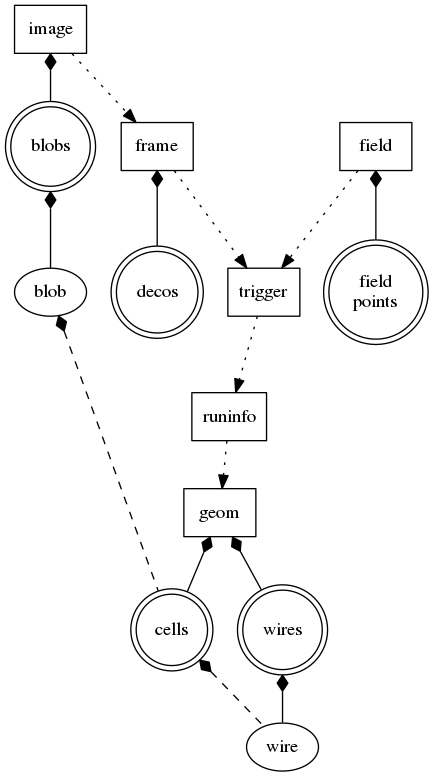
Above: doc/deps.png in WireCell/wire-cell-xdata-root (Graphviz), before the change. Its source is kept beside it as doc/deps.dot.
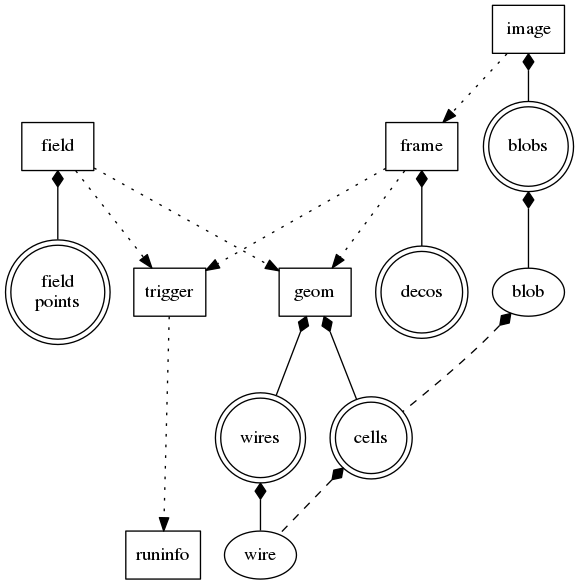
Later version of the same file.

The edit, as a diff of the source:
```diff
@@ -21,11 +21,12 @@
 	frame->decos[arrowtail=diamond,dir=back];
 	field->points[arrowtail=diamond,dir=back];
 
-	runinfo->geom[weight=0,style=dotted];
 	trigger->runinfo[weight=0,style=dotted];
 	frame->trigger[weight=0,style=dotted];
+	frame->geom[weight=0,style=dotted];
 	image->frame[weight=0,style=dotted];
 	field->trigger[weight=0,style=dotted];
+	field->geom[weight=0,style=dotted];
 
 	blob->cells[arrowtail=diamond,dir=back,style=dashed,weight=0];
 	cells->wire[arrowtail=diamond,dir=back,style=dashed,weight=0];
```
